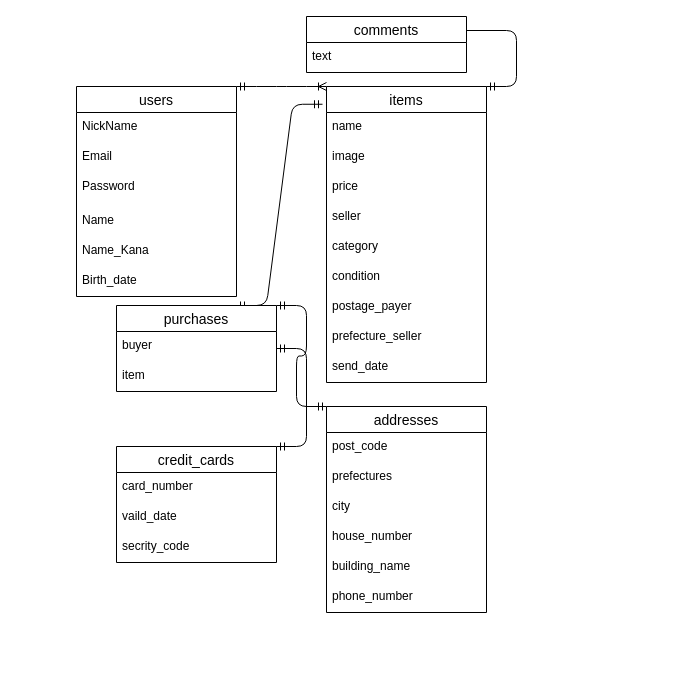
Before: ER.dio in ZYO-BAIKER/furima-28664, a draw.io diagram. Source tidied: cells renumbered, new cells numbered last; positions are measured from the earlier drawing's top-left corner, leaving out a move shared by most shapes. Both pictures are drawn from the tidied source at 100%, with x=0, y=0 at pixel (76, 16).
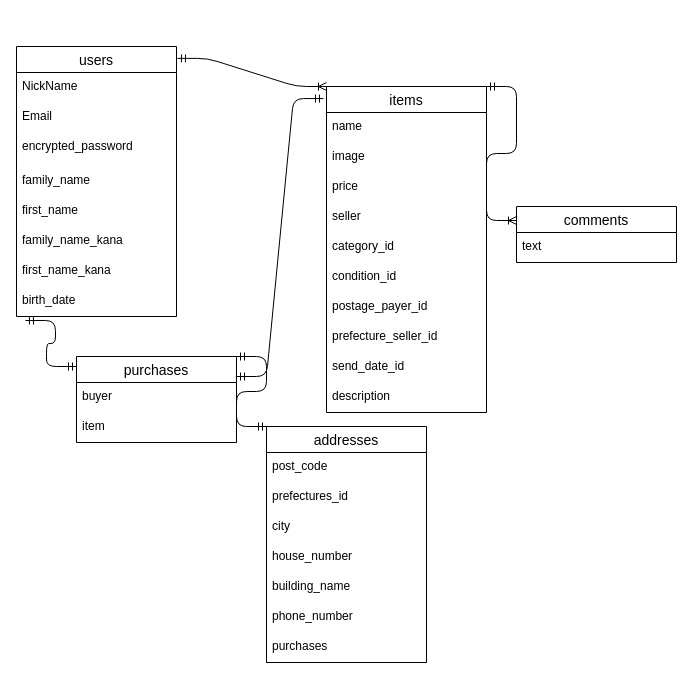
The same page after the edit.

Commit message (it also covers changes not shown here):
DB設計とER図の修正3 yupimaru

Change to the diagram source:
```diff
@@
-    <mxCell id="2" style="edgeStyle=entityRelationEdgeStyle;fontSize=12;html=1;endArrow=ERoneToMany;startArrow=ERmandOne;entryX=0;entryY=0;entryDx=0;entryDy=0;exitX=1;exitY=0;exitDx=0;exitDy=0;" parent="1" edge="1" source="17" target="3">
+    <mxCell id="2" style="edgeStyle=entityRelationEdgeStyle;fontSize=12;html=1;endArrow=ERoneToMany;startArrow=ERmandOne;entryX=0;entryY=0;entryDx=0;entryDy=0;exitX=1.006;exitY=0.044;exitDx=0;exitDy=0;exitPerimeter=0;" parent="1" edge="1" source="17" target="3">
       <mxGeometry relative="1" as="geometry" />
     </mxCell>
     <mxCell id="3" value="items" style="swimlane;fontStyle=0;horizontal=1;startSize=26;align=center;fontSize=14;" parent="1" vertex="1">
-      <mxGeometry x="250" y="70" width="160" height="296" as="geometry" />
+      <mxGeometry x="250" y="70" width="160" height="326" as="geometry" />
     </mxCell>
@@
-    <mxCell id="8" value="category" style="text;strokeColor=none;fillColor=none;spacingLeft=4;spacingRight=4;overflow=hidden;fontSize=12;" parent="3" vertex="1">
+    <mxCell id="8" value="category_id" style="text;strokeColor=none;fillColor=none;spacingLeft=4;spacingRight=4;overflow=hidden;fontSize=12;" parent="3" vertex="1">
       <mxGeometry y="146" width="160" height="30" as="geometry" />
     </mxCell>
-    <mxCell id="9" value="condition" style="text;strokeColor=none;fillColor=none;spacingLeft=4;spacingRight=4;overflow=hidden;fontSize=12;" parent="3" vertex="1">
+    <mxCell id="9" value="condition_id" style="text;strokeColor=none;fillColor=none;spacingLeft=4;spacingRight=4;overflow=hidden;fontSize=12;" parent="3" vertex="1">
       <mxGeometry y="176" width="160" height="30" as="geometry" />
     </mxCell>
-    <mxCell id="10" value="postage_payer" style="text;strokeColor=none;fillColor=none;spacingLeft=4;spacingRight=4;overflow=hidden;fontSize=12;" parent="3" vertex="1">
+    <mxCell id="10" value="postage_payer_id" style="text;strokeColor=none;fillColor=none;spacingLeft=4;spacingRight=4;overflow=hidden;fontSize=12;" parent="3" vertex="1">
       <mxGeometry y="206" width="160" height="30" as="geometry" />
     </mxCell>
-    <mxCell id="11" value="prefecture_seller" style="text;strokeColor=none;fillColor=none;spacingLeft=4;spacingRight=4;overflow=hidden;fontSize=12;" parent="3" vertex="1">
+    <mxCell id="11" value="prefecture_seller_id" style="text;strokeColor=none;fillColor=none;spacingLeft=4;spacingRight=4;overflow=hidden;fontSize=12;" parent="3" vertex="1">
       <mxGeometry y="236" width="160" height="30" as="geometry" />
     </mxCell>
-    <mxCell id="12" value="send_date" style="text;strokeColor=none;fillColor=none;spacingLeft=4;spacingRight=4;overflow=hidden;fontSize=12;" parent="3" vertex="1">
+    <mxCell id="12" value="send_date_id" style="text;strokeColor=none;fillColor=none;spacingLeft=4;spacingRight=4;overflow=hidden;fontSize=12;" parent="3" vertex="1">
       <mxGeometry y="266" width="160" height="30" as="geometry" />
     </mxCell>
+    <mxCell id="40" value="description " style="text;strokeColor=none;fillColor=none;spacingLeft=4;spacingRight=4;overflow=hidden;fontSize=12;" parent="3" vertex="1">
+      <mxGeometry y="296" width="160" height="30" as="geometry" />
+    </mxCell>
@@
-    <mxCell id="14" style="edgeStyle=entityRelationEdgeStyle;fontSize=12;html=1;endArrow=ERmandOne;startArrow=ERmandOne;entryX=1;entryY=0;entryDx=0;entryDy=0;" parent="1" edge="1" source="26" target="29">
-      <mxGeometry relative="1" as="geometry" />
-    </mxCell>
@@
-    <mxCell id="16" style="edgeStyle=entityRelationEdgeStyle;fontSize=12;html=1;endArrow=ERmandOne;startArrow=ERmandOne;entryX=-0.025;entryY=0.06;entryDx=0;entryDy=0;entryPerimeter=0;exitX=0.75;exitY=0;exitDx=0;exitDy=0;" parent="1" edge="1" source="26" target="3">
-      <mxGeometry relative="1" as="geometry" />
-    </mxCell>
+    <mxCell id="41" style="edgeStyle=entityRelationEdgeStyle;fontSize=12;html=1;endArrow=ERmandOne;startArrow=ERmandOne;entryX=-0.019;entryY=0.037;entryDx=0;entryDy=0;entryPerimeter=0;" parent="1" edge="1" target="3">
+      <mxGeometry relative="1" as="geometry">
+        <mxPoint x="160" y="360" as="sourcePoint" />
+      </mxGeometry>
+    </mxCell>
+    <mxCell id="26" value="purchases" style="swimlane;fontStyle=0;horizontal=1;startSize=26;align=center;fontSize=14;" parent="1" vertex="1">
+      <mxGeometry y="340" width="160" height="86" as="geometry" />
+    </mxCell>
+    <mxCell id="27" value="buyer" style="text;strokeColor=none;fillColor=none;spacingLeft=4;spacingRight=4;overflow=hidden;fontSize=12;" parent="26" vertex="1">
+      <mxGeometry y="26" width="160" height="30" as="geometry" />
+    </mxCell>
+    <mxCell id="28" value="item" style="text;strokeColor=none;fillColor=none;spacingLeft=4;spacingRight=4;overflow=hidden;fontSize=12;" parent="26" vertex="1">
+      <mxGeometry y="56" width="160" height="30" as="geometry" />
+    </mxCell>
+    <mxCell id="42" style="edgeStyle=entityRelationEdgeStyle;fontSize=12;html=1;endArrow=ERmandOne;startArrow=ERmandOne;exitX=0.056;exitY=1.133;exitDx=0;exitDy=0;exitPerimeter=0;" parent="1" edge="1" source="44">
+      <mxGeometry relative="1" as="geometry">
+        <mxPoint y="350" as="targetPoint" />
+      </mxGeometry>
+    </mxCell>
     <mxCell id="17" value="users" style="swimlane;fontStyle=0;horizontal=1;startSize=26;align=center;fontSize=14;" parent="1" vertex="1">
-      <mxGeometry y="70" width="160" height="210" as="geometry" />
+      <mxGeometry x="-60" y="30" width="160" height="270" as="geometry" />
     </mxCell>
@@
-    <mxCell id="20" value="Password&#10;" style="text;strokeColor=none;fillColor=none;spacingLeft=4;spacingRight=4;overflow=hidden;fontSize=12;" parent="17" vertex="1">
+    <mxCell id="20" value="encrypted_password" style="text;strokeColor=none;fillColor=none;spacingLeft=4;spacingRight=4;overflow=hidden;fontSize=12;" parent="17" vertex="1">
       <mxGeometry y="86" width="160" height="34" as="geometry" />
     </mxCell>
-    <mxCell id="21" value="Name&#10;" style="text;strokeColor=none;fillColor=none;spacingLeft=4;spacingRight=4;overflow=hidden;fontSize=12;" parent="17" vertex="1">
+    <mxCell id="21" value="family_name" style="text;strokeColor=none;fillColor=none;spacingLeft=4;spacingRight=4;overflow=hidden;fontSize=12;" parent="17" vertex="1">
       <mxGeometry y="120" width="160" height="30" as="geometry" />
     </mxCell>
-    <mxCell id="22" value="Name_Kana&#10;" style="text;strokeColor=none;fillColor=none;spacingLeft=4;spacingRight=4;overflow=hidden;fontSize=12;" parent="17" vertex="1">
+    <mxCell id="22" value="first_name " style="text;strokeColor=none;fillColor=none;spacingLeft=4;spacingRight=4;overflow=hidden;fontSize=12;" parent="17" vertex="1">
       <mxGeometry y="150" width="160" height="30" as="geometry" />
     </mxCell>
-    <mxCell id="23" value="Birth_date" style="text;strokeColor=none;fillColor=none;spacingLeft=4;spacingRight=4;overflow=hidden;fontSize=12;" parent="17" vertex="1">
+    <mxCell id="23" value="family_name_kana" style="text;strokeColor=none;fillColor=none;spacingLeft=4;spacingRight=4;overflow=hidden;fontSize=12;" parent="17" vertex="1">
       <mxGeometry y="180" width="160" height="30" as="geometry" />
     </mxCell>
-    <mxCell id="24" value="comments" style="swimlane;fontStyle=0;horizontal=1;startSize=26;align=center;fontSize=14;" parent="1" vertex="1">
-      <mxGeometry x="230" width="160" height="56" as="geometry" />
-    </mxCell>
-    <mxCell id="25" value="text" style="text;strokeColor=none;fillColor=none;spacingLeft=4;spacingRight=4;overflow=hidden;fontSize=12;" parent="24" vertex="1">
-      <mxGeometry y="26" width="160" height="30" as="geometry" />
-    </mxCell>
-    <mxCell id="26" value="purchases" style="swimlane;fontStyle=0;horizontal=1;startSize=26;align=center;fontSize=14;" parent="1" vertex="1">
-      <mxGeometry x="40" y="289" width="160" height="86" as="geometry" />
-    </mxCell>
-    <mxCell id="27" value="buyer" style="text;strokeColor=none;fillColor=none;spacingLeft=4;spacingRight=4;overflow=hidden;fontSize=12;" parent="26" vertex="1">
-      <mxGeometry y="26" width="160" height="30" as="geometry" />
-    </mxCell>
-    <mxCell id="28" value="item" style="text;strokeColor=none;fillColor=none;spacingLeft=4;spacingRight=4;overflow=hidden;fontSize=12;" parent="26" vertex="1">
-      <mxGeometry y="56" width="160" height="30" as="geometry" />
-    </mxCell>
-    <mxCell id="29" value="credit_cards" style="swimlane;fontStyle=0;horizontal=1;startSize=26;align=center;fontSize=14;" parent="1" vertex="1">
-      <mxGeometry x="40" y="430" width="160" height="116" as="geometry" />
-    </mxCell>
-    <mxCell id="30" value="card_number" style="text;strokeColor=none;fillColor=none;spacingLeft=4;spacingRight=4;overflow=hidden;fontSize=12;" parent="29" vertex="1">
-      <mxGeometry y="26" width="160" height="30" as="geometry" />
-    </mxCell>
-    <mxCell id="31" value="vaild_date" style="text;strokeColor=none;fillColor=none;spacingLeft=4;spacingRight=4;overflow=hidden;fontSize=12;" parent="29" vertex="1">
-      <mxGeometry y="56" width="160" height="30" as="geometry" />
-    </mxCell>
-    <mxCell id="32" value="secrity_code" style="text;strokeColor=none;fillColor=none;spacingLeft=4;spacingRight=4;overflow=hidden;fontSize=12;" parent="29" vertex="1">
-      <mxGeometry y="86" width="160" height="30" as="geometry" />
-    </mxCell>
+    <mxCell id="43" value="first_name_kana " style="text;strokeColor=none;fillColor=none;spacingLeft=4;spacingRight=4;overflow=hidden;fontSize=12;" parent="17" vertex="1">
+      <mxGeometry y="210" width="160" height="30" as="geometry" />
+    </mxCell>
+    <mxCell id="44" value="birth_date" style="text;strokeColor=none;fillColor=none;spacingLeft=4;spacingRight=4;overflow=hidden;points=[[0,0.5],[1,0.5]];portConstraint=eastwest;fontSize=12;" parent="17" vertex="1">
+      <mxGeometry y="240" width="160" height="30" as="geometry" />
+    </mxCell>
     <mxCell id="33" value="addresses" style="swimlane;fontStyle=0;horizontal=1;startSize=26;align=center;fontSize=14;" parent="1" vertex="1">
-      <mxGeometry x="250" y="390" width="160" height="206" as="geometry" />
+      <mxGeometry x="190" y="410" width="160" height="236" as="geometry" />
     </mxCell>
@@
-    <mxCell id="35" value="prefectures" style="text;strokeColor=none;fillColor=none;spacingLeft=4;spacingRight=4;overflow=hidden;fontSize=12;" parent="33" vertex="1">
+    <mxCell id="35" value="prefectures_id&#10;" style="text;strokeColor=none;fillColor=none;spacingLeft=4;spacingRight=4;overflow=hidden;fontSize=12;" parent="33" vertex="1">
       <mxGeometry y="56" width="160" height="30" as="geometry" />
     </mxCell>
@@
+    <mxCell id="45" value="purchases&#10;&#10;" style="text;strokeColor=none;fillColor=none;spacingLeft=4;spacingRight=4;overflow=hidden;fontSize=12;" parent="33" vertex="1">
+      <mxGeometry y="206" width="160" height="30" as="geometry" />
+    </mxCell>
+    <mxCell id="24" value="comments" style="swimlane;fontStyle=0;horizontal=1;startSize=26;align=center;fontSize=14;" parent="1" vertex="1">
+      <mxGeometry x="440" y="190" width="160" height="56" as="geometry" />
+    </mxCell>
+    <mxCell id="25" value="text" style="text;strokeColor=none;fillColor=none;spacingLeft=4;spacingRight=4;overflow=hidden;fontSize=12;" parent="24" vertex="1">
+      <mxGeometry y="26" width="160" height="30" as="geometry" />
+    </mxCell>
```
